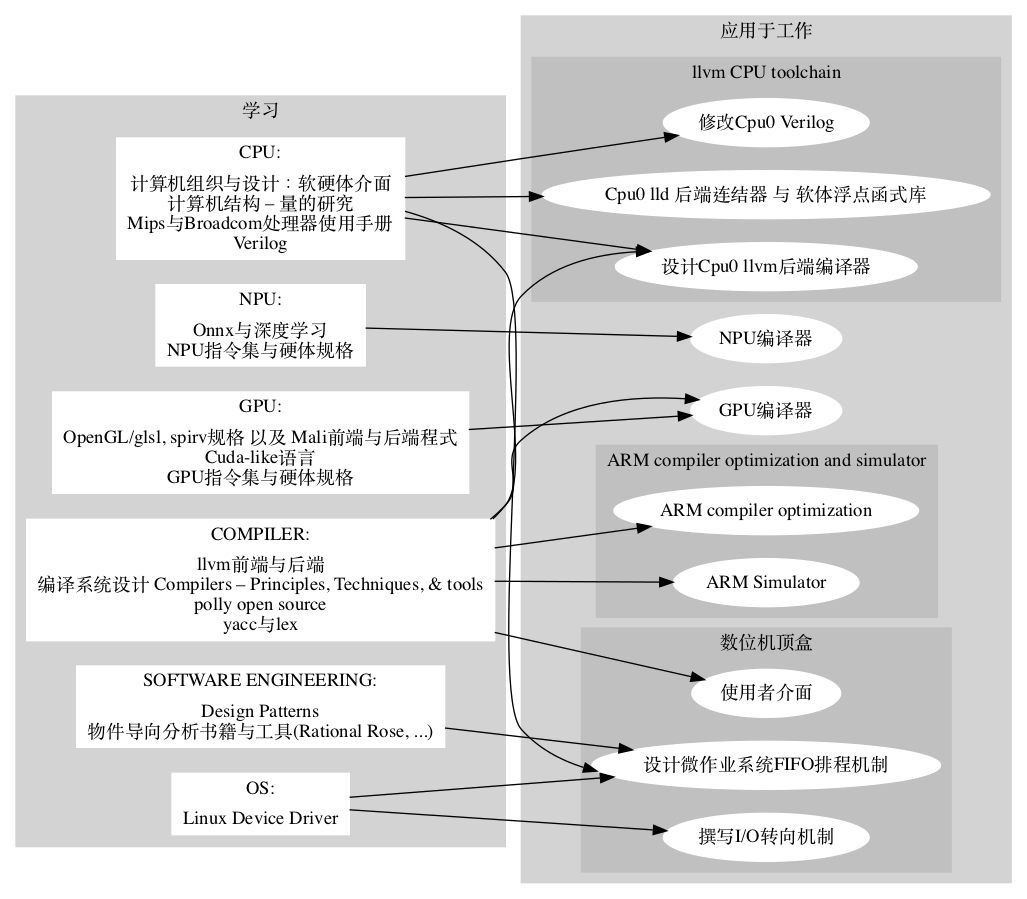
Above: images/study_and_apply_ch2.png in Jonathan2251/ws (Graphviz), before the change. Its source is kept beside it as images/study_and_apply_ch2.gv.
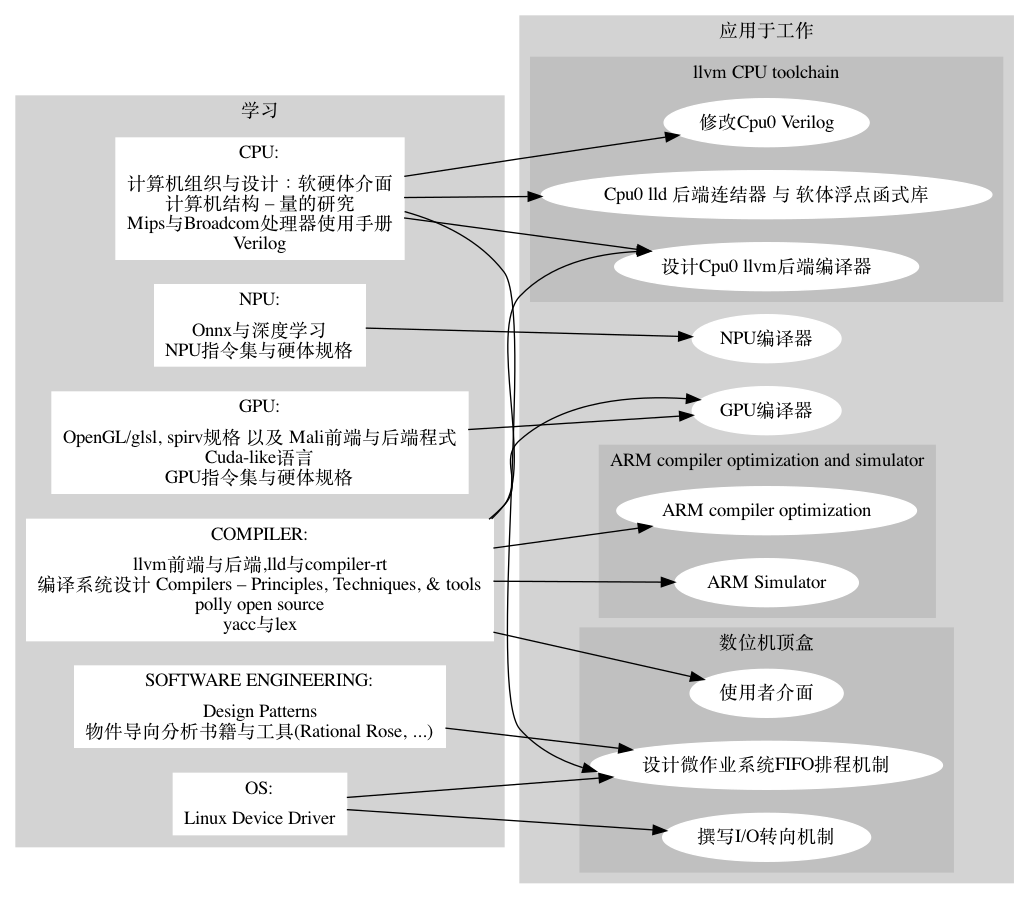
The same diagram one commit later.

The edit, as a diff of the source:
```diff
@@ -8,7 +8,7 @@
     node [shape=record,style=filled,color=white]; CPU [label="CPU:|计算机组织与设计：软硬体介面\n计算机结构 – 量的研究\nMips与Broadcom处理器使用手册\nVerilog"];
     node [shape=record,style=filled,color=white]; GPU [label="GPU:|OpenGL/glsl, spirv规格 以及 Mali前端与后端程式\nCuda-like语言\nGPU指令集与硬体规格"];
     node [shape=record,style=filled,color=white]; NPU [label="NPU:|Onnx与深度学习\nNPU指令集与硬体规格"];
-    node [style=filled,color=white]; COMPILER [label="COMPILER:|llvm前端与后端\n编译系统设计 Compilers – Principles, Techniques, & tools\npolly open source\nyacc与lex"];
+    node [style=filled,color=white]; COMPILER [label="COMPILER:|llvm前端与后端,lld与compiler-rt\n编译系统设计 Compilers – Principles, Techniques, & tools\npolly open source\nyacc与lex"];
     node [style=filled,color=white]; OS [label="OS:|Linux Device Driver"];
     node [style=filled,color=white]; "SOFTWARE ENGINEERING" [label="SOFTWARE ENGINEERING:|Design Patterns\n物件导向分析书籍与工具(Rational Rose, ...)"];
     color=lightgrey;
```
